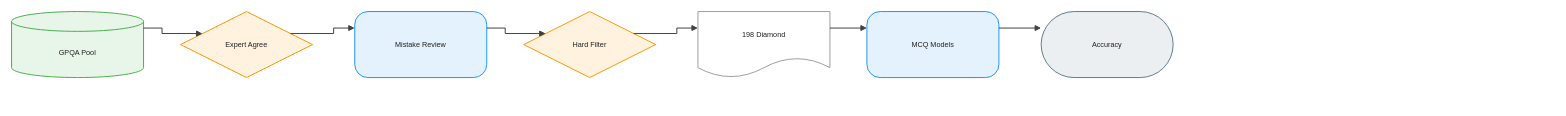
This is client/public/drawio/GPQA_Diamond/GPQA_Diamond.en.drawio from joe1chief/benchmark-hub, a draw.io file, before an edit. Source tidied: cells renumbered, new cells numbered last; positions are measured from the earlier drawing's top-left corner, leaving out a move shared by most shapes. Both pictures are drawn from the tidied source at 66%, with x=0, y=0 at pixel (11, 11).
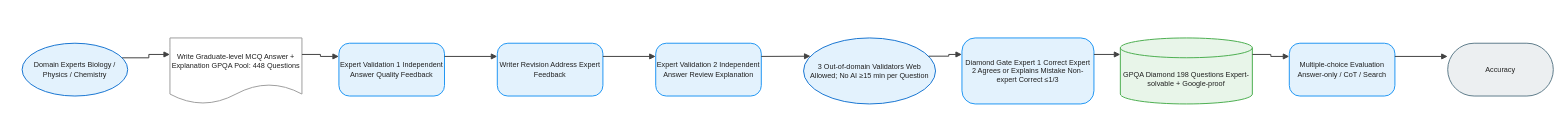
The same page after the edit.

The edit, as a diff of the source:
```diff
@@
-    <mxCell id="2" value="GPQA Pool" style="shape=cylinder3;boundedLbl=1;backgroundOutline=1;size=15;html=1;whiteSpace=wrap;fillColor=#E8F5E9;strokeColor=#4CAF50;strokeWidth=1.5;fontColor=#212121;fontSize=11;fontFamily=Arial, Helvetica, sans-serif;verticalAlign=middle;align=center;" parent="1" vertex="1">
-      <mxGeometry width="200" height="100" as="geometry" />
+    <mxCell id="2" value="Domain Experts Biology / Physics / Chemistry" style="ellipse;html=1;whiteSpace=wrap;fillColor=#E3F2FD;strokeColor=#1976D2;strokeWidth=1.5;fontColor=#212121;fontSize=11;fontFamily=Arial, Helvetica, sans-serif;verticalAlign=middle;align=center;" parent="1" vertex="1">
+      <mxGeometry x="16" y="48" width="160" height="80" as="geometry" />
     </mxCell>
-    <mxCell id="3" value="Expert Agree" style="rhombus;html=1;whiteSpace=wrap;fillColor=#FFF3E0;strokeColor=#FF9800;strokeWidth=1.5;fontColor=#212121;fontSize=11;fontFamily=Arial, Helvetica, sans-serif;verticalAlign=middle;align=center;" parent="1" vertex="1">
-      <mxGeometry x="256" width="200" height="100" as="geometry" />
+    <mxCell id="3" value="Write Graduate-level MCQ Answer + Explanation GPQA Pool: 448 Questions" style="shape=document;boundedLbl=1;html=1;whiteSpace=wrap;fillColor=#FFFFFF;strokeColor=#9E9E9E;strokeWidth=1.5;fontColor=#212121;fontSize=11;fontFamily=Arial, Helvetica, sans-serif;verticalAlign=middle;align=center;" parent="1" vertex="1">
+      <mxGeometry x="240" y="40" width="200" height="100" as="geometry" />
     </mxCell>
-    <mxCell id="4" value="Mistake Review" style="rounded=1;arcSize=20;html=1;whiteSpace=wrap;fillColor=#E3F2FD;strokeColor=#2196F3;strokeWidth=1.5;fontColor=#212121;fontSize=11;fontFamily=Arial, Helvetica, sans-serif;verticalAlign=middle;align=center;" parent="1" vertex="1">
-      <mxGeometry x="520" width="200" height="100" as="geometry" />
+    <mxCell id="4" value="Expert Validation 1 Independent Answer Quality Feedback" style="rounded=1;arcSize=20;html=1;whiteSpace=wrap;fillColor=#E3F2FD;strokeColor=#2196F3;strokeWidth=1.5;fontColor=#212121;fontSize=11;fontFamily=Arial, Helvetica, sans-serif;verticalAlign=middle;align=center;" parent="1" vertex="1">
+      <mxGeometry x="496" y="48" width="160" height="80" as="geometry" />
     </mxCell>
-    <mxCell id="5" value="Hard Filter" style="rhombus;html=1;whiteSpace=wrap;fillColor=#FFF3E0;strokeColor=#FF9800;strokeWidth=1.5;fontColor=#212121;fontSize=11;fontFamily=Arial, Helvetica, sans-serif;verticalAlign=middle;align=center;" parent="1" vertex="1">
-      <mxGeometry x="776" width="200" height="100" as="geometry" />
+    <mxCell id="5" value="Writer Revision Address Expert Feedback" style="rounded=1;arcSize=20;html=1;whiteSpace=wrap;fillColor=#E3F2FD;strokeColor=#2196F3;strokeWidth=1.5;fontColor=#212121;fontSize=11;fontFamily=Arial, Helvetica, sans-serif;verticalAlign=middle;align=center;" parent="1" vertex="1">
+      <mxGeometry x="736" y="48" width="160" height="80" as="geometry" />
     </mxCell>
-    <mxCell id="6" value="198 Diamond" style="shape=document;boundedLbl=1;html=1;whiteSpace=wrap;fillColor=#FFFFFF;strokeColor=#9E9E9E;strokeWidth=1.5;fontColor=#212121;fontSize=11;fontFamily=Arial, Helvetica, sans-serif;verticalAlign=middle;align=center;" parent="1" vertex="1">
-      <mxGeometry x="1040" width="200" height="100" as="geometry" />
+    <mxCell id="6" value="Expert Validation 2 Independent Answer Review Explanation" style="rounded=1;arcSize=20;html=1;whiteSpace=wrap;fillColor=#E3F2FD;strokeColor=#2196F3;strokeWidth=1.5;fontColor=#212121;fontSize=11;fontFamily=Arial, Helvetica, sans-serif;verticalAlign=middle;align=center;" parent="1" vertex="1">
+      <mxGeometry x="976" y="48" width="160" height="80" as="geometry" />
     </mxCell>
-    <mxCell id="7" value="MCQ Models" style="rounded=1;arcSize=20;html=1;whiteSpace=wrap;fillColor=#E3F2FD;strokeColor=#2196F3;strokeWidth=1.5;fontColor=#212121;fontSize=11;fontFamily=Arial, Helvetica, sans-serif;verticalAlign=middle;align=center;" parent="1" vertex="1">
-      <mxGeometry x="1296" width="200" height="100" as="geometry" />
+    <mxCell id="7" value="3 Out-of-domain Validators Web Allowed; No AI ≥15 min per Question" style="ellipse;html=1;whiteSpace=wrap;fillColor=#E3F2FD;strokeColor=#1976D2;strokeWidth=1.5;fontColor=#212121;fontSize=11;fontFamily=Arial, Helvetica, sans-serif;verticalAlign=middle;align=center;" parent="1" vertex="1">
+      <mxGeometry x="1200" y="40" width="200" height="100" as="geometry" />
     </mxCell>
-    <mxCell id="8" value="Accuracy" style="rounded=1;arcSize=50;html=1;whiteSpace=wrap;fillColor=#ECEFF1;strokeColor=#607D8B;strokeWidth=1.5;fontColor=#212121;fontSize=11;fontFamily=Arial, Helvetica, sans-serif;verticalAlign=middle;align=center;" parent="1" vertex="1">
-      <mxGeometry x="1560" width="200" height="100" as="geometry" />
+    <mxCell id="8" value="Diamond Gate Expert 1 Correct Expert 2 Agrees or Explains Mistake Non-expert Correct ≤1/3" style="rounded=1;arcSize=20;html=1;whiteSpace=wrap;fillColor=#E3F2FD;strokeColor=#2196F3;strokeWidth=1.5;fontColor=#212121;fontSize=11;fontFamily=Arial, Helvetica, sans-serif;verticalAlign=middle;align=center;" parent="1" vertex="1">
+      <mxGeometry x="1440" y="40" width="200" height="100" as="geometry" />
     </mxCell>
-    <mxCell id="9" style="edgeStyle=orthogonalEdgeStyle;rounded=0;jettySize=auto;html=1;strokeColor=#424242;strokeWidth=1.5;endArrow=block;endFill=1;exitX=1;exitY=0.25;exitDx=0;exitDy=0;entryX=0;entryY=0.25;entryDx=0;entryDy=0;jumpStyle=arc;jumpSize=8;" parent="1" edge="1" source="2" target="3">
-      <mxGeometry relative="1" as="geometry" />
+    <mxCell id="9" value="GPQA Diamond 198 Questions Expert-solvable + Google-proof" style="shape=cylinder3;boundedLbl=1;backgroundOutline=1;size=15;html=1;whiteSpace=wrap;fillColor=#E8F5E9;strokeColor=#4CAF50;strokeWidth=1.5;fontColor=#212121;fontSize=11;fontFamily=Arial, Helvetica, sans-serif;verticalAlign=middle;align=center;" parent="1" vertex="1">
+      <mxGeometry x="1680" y="40" width="200" height="100" as="geometry" />
     </mxCell>
-    <mxCell id="10" style="edgeStyle=orthogonalEdgeStyle;rounded=0;jettySize=auto;html=1;strokeColor=#424242;strokeWidth=1.5;endArrow=block;endFill=1;exitX=1;exitY=0.25;exitDx=0;exitDy=0;entryX=0;entryY=0.25;entryDx=0;entryDy=0;jumpStyle=arc;jumpSize=8;" parent="1" edge="1" source="3" target="4">
-      <mxGeometry relative="1" as="geometry" />
+    <mxCell id="10" value="Multiple-choice Evaluation Answer-only / CoT / Search" style="rounded=1;arcSize=20;html=1;whiteSpace=wrap;fillColor=#E3F2FD;strokeColor=#2196F3;strokeWidth=1.5;fontColor=#212121;fontSize=11;fontFamily=Arial, Helvetica, sans-serif;verticalAlign=middle;align=center;" parent="1" vertex="1">
+      <mxGeometry x="1936" y="48" width="160" height="80" as="geometry" />
     </mxCell>
-    <mxCell id="11" style="edgeStyle=orthogonalEdgeStyle;rounded=0;jettySize=auto;html=1;strokeColor=#424242;strokeWidth=1.5;endArrow=block;endFill=1;exitX=1;exitY=0.25;exitDx=0;exitDy=0;entryX=0;entryY=0.25;entryDx=0;entryDy=0;jumpStyle=arc;jumpSize=8;" parent="1" edge="1" source="4" target="5">
-      <mxGeometry relative="1" as="geometry" />
+    <mxCell id="11" value="Accuracy" style="rounded=1;arcSize=50;html=1;whiteSpace=wrap;fillColor=#ECEFF1;strokeColor=#607D8B;strokeWidth=1.5;fontColor=#212121;fontSize=11;fontFamily=Arial, Helvetica, sans-serif;verticalAlign=middle;align=center;" parent="1" vertex="1">
+      <mxGeometry x="2176" y="48" width="160" height="80" as="geometry" />
     </mxCell>
-    <mxCell id="12" style="edgeStyle=orthogonalEdgeStyle;rounded=0;jettySize=auto;html=1;strokeColor=#424242;strokeWidth=1.5;endArrow=block;endFill=1;exitX=1;exitY=0.25;exitDx=0;exitDy=0;entryX=0;entryY=0.25;entryDx=0;entryDy=0;jumpStyle=arc;jumpSize=8;" parent="1" edge="1" source="5" target="6">
+    <mxCell id="12" style="edgeStyle=orthogonalEdgeStyle;rounded=0;jettySize=auto;html=1;strokeColor=#424242;strokeWidth=1.5;endArrow=block;endFill=1;exitX=1;exitY=0.25;exitDx=0;exitDy=0;entryX=0;entryY=0.25;entryDx=0;entryDy=0;jumpStyle=arc;jumpSize=8;" parent="1" edge="1" source="2" target="3">
       <mxGeometry relative="1" as="geometry" />
     </mxCell>
-    <mxCell id="13" style="edgeStyle=orthogonalEdgeStyle;rounded=0;jettySize=auto;html=1;strokeColor=#424242;strokeWidth=1.5;endArrow=block;endFill=1;exitX=1;exitY=0.25;exitDx=0;exitDy=0;entryX=0;entryY=0.25;entryDx=0;entryDy=0;jumpStyle=arc;jumpSize=8;" parent="1" edge="1" source="6" target="7">
+    <mxCell id="13" style="edgeStyle=orthogonalEdgeStyle;rounded=0;jettySize=auto;html=1;strokeColor=#424242;strokeWidth=1.5;endArrow=block;endFill=1;exitX=1;exitY=0.25;exitDx=0;exitDy=0;entryX=0;entryY=0.25;entryDx=0;entryDy=0;jumpStyle=arc;jumpSize=8;" parent="1" edge="1" source="3" target="4">
       <mxGeometry relative="1" as="geometry" />
     </mxCell>
-    <mxCell id="14" style="edgeStyle=orthogonalEdgeStyle;rounded=0;jettySize=auto;html=1;strokeColor=#424242;strokeWidth=1.5;endArrow=block;endFill=1;exitX=1;exitY=0.25;exitDx=0;exitDy=0;entryX=0;entryY=0.25;entryDx=0;entryDy=0;jumpStyle=arc;jumpSize=8;" parent="1" edge="1" source="7" target="8">
+    <mxCell id="14" style="edgeStyle=orthogonalEdgeStyle;rounded=0;jettySize=auto;html=1;strokeColor=#424242;strokeWidth=1.5;endArrow=block;endFill=1;exitX=1;exitY=0.25;exitDx=0;exitDy=0;entryX=0;entryY=0.25;entryDx=0;entryDy=0;jumpStyle=arc;jumpSize=8;" parent="1" edge="1" source="4" target="5">
       <mxGeometry relative="1" as="geometry" />
     </mxCell>
+    <mxCell id="15" style="edgeStyle=orthogonalEdgeStyle;rounded=0;jettySize=auto;html=1;strokeColor=#424242;strokeWidth=1.5;endArrow=block;endFill=1;exitX=1;exitY=0.25;exitDx=0;exitDy=0;entryX=0;entryY=0.25;entryDx=0;entryDy=0;jumpStyle=arc;jumpSize=8;" parent="1" edge="1" source="5" target="6">
+      <mxGeometry relative="1" as="geometry" />
+    </mxCell>
+    <mxCell id="16" style="edgeStyle=orthogonalEdgeStyle;rounded=0;jettySize=auto;html=1;strokeColor=#424242;strokeWidth=1.5;endArrow=block;endFill=1;exitX=1;exitY=0.25;exitDx=0;exitDy=0;entryX=0;entryY=0.25;entryDx=0;entryDy=0;jumpStyle=arc;jumpSize=8;" parent="1" edge="1" source="6" target="7">
+      <mxGeometry relative="1" as="geometry" />
+    </mxCell>
+    <mxCell id="17" style="edgeStyle=orthogonalEdgeStyle;rounded=0;jettySize=auto;html=1;strokeColor=#424242;strokeWidth=1.5;endArrow=block;endFill=1;exitX=1;exitY=0.25;exitDx=0;exitDy=0;entryX=0;entryY=0.25;entryDx=0;entryDy=0;jumpStyle=arc;jumpSize=8;" parent="1" edge="1" source="7" target="8">
+      <mxGeometry relative="1" as="geometry" />
+    </mxCell>
+    <mxCell id="18" style="edgeStyle=orthogonalEdgeStyle;rounded=0;jettySize=auto;html=1;strokeColor=#424242;strokeWidth=1.5;endArrow=block;endFill=1;exitX=1;exitY=0.25;exitDx=0;exitDy=0;entryX=0;entryY=0.25;entryDx=0;entryDy=0;jumpStyle=arc;jumpSize=8;" parent="1" edge="1" source="8" target="9">
+      <mxGeometry relative="1" as="geometry" />
+    </mxCell>
+    <mxCell id="19" style="edgeStyle=orthogonalEdgeStyle;rounded=0;jettySize=auto;html=1;strokeColor=#424242;strokeWidth=1.5;endArrow=block;endFill=1;exitX=1;exitY=0.25;exitDx=0;exitDy=0;entryX=0;entryY=0.25;entryDx=0;entryDy=0;jumpStyle=arc;jumpSize=8;" parent="1" edge="1" source="9" target="10">
+      <mxGeometry relative="1" as="geometry" />
+    </mxCell>
+    <mxCell id="20" style="edgeStyle=orthogonalEdgeStyle;rounded=0;jettySize=auto;html=1;strokeColor=#424242;strokeWidth=1.5;endArrow=block;endFill=1;exitX=1;exitY=0.25;exitDx=0;exitDy=0;entryX=0;entryY=0.25;entryDx=0;entryDy=0;jumpStyle=arc;jumpSize=8;" parent="1" edge="1" source="10" target="11">
+      <mxGeometry relative="1" as="geometry" />
+    </mxCell>
```
